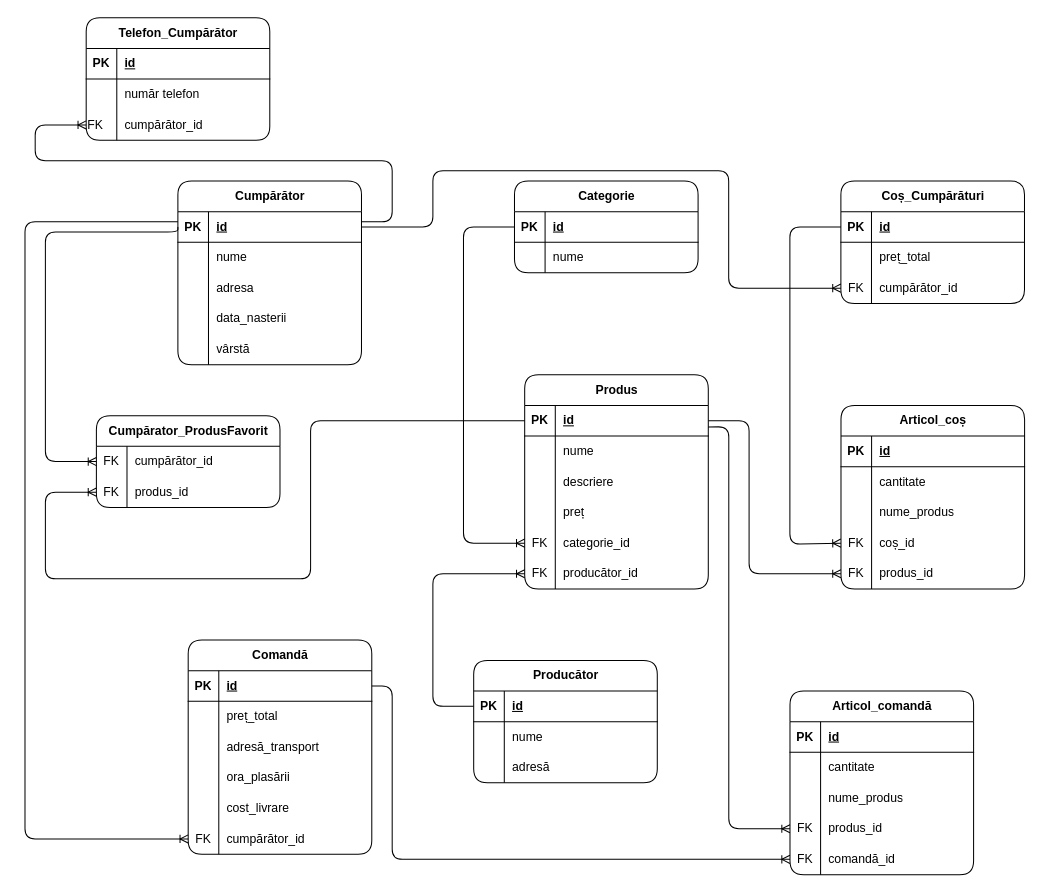
This is page "database logic model-n1" (8 of 9) of use_case_diagram.drawio from ErikaRusznak/piazza-ecommerce, a draw.io file, before an edit. Source tidied: cells renumbered, new cells numbered last; positions are measured from the earlier drawing's top-left corner, leaving out a move shared by most shapes. Both pictures are drawn from the tidied source at 102%, with x=0, y=0 at pixel (24, 17).
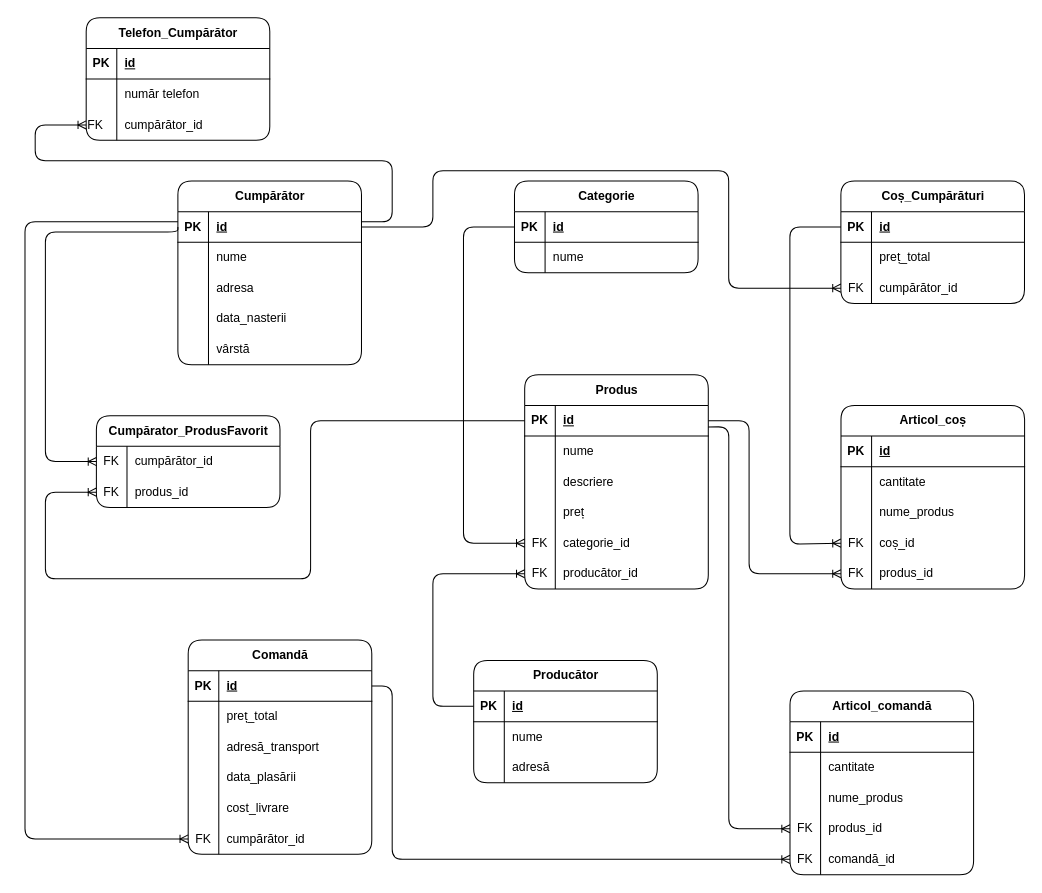
The same page after the edit.

The change refers to these unchanged cells:
```xml
<mxCell id="127" style="shape=tableRow;horizontal=0;startSize=0;swimlaneHead=0;swimlaneBody=0;fillColor=none;top=0;left=0;right=0;bottom=0;" parent="117" vertex="1">
  <mxGeometry y="120" width="180" height="30" as="geometry" />
</mxCell>
```

Diff of the diagram source:
```diff
@@
-    <mxCell id="129" value="ora_plasării" style="shape=partialRectangle;fillColor=none;top=0;left=0;bottom=0;right=0;align=left;spacingLeft=6;overflow=hidden;whiteSpace=wrap;html=1;" parent="127" vertex="1">
+    <mxCell id="129" value="data_plasării" style="shape=partialRectangle;fillColor=none;top=0;left=0;bottom=0;right=0;align=left;spacingLeft=6;overflow=hidden;whiteSpace=wrap;html=1;" parent="127" vertex="1">
       <mxGeometry x="30" width="150" height="30" as="geometry" />
     </mxCell>
```
